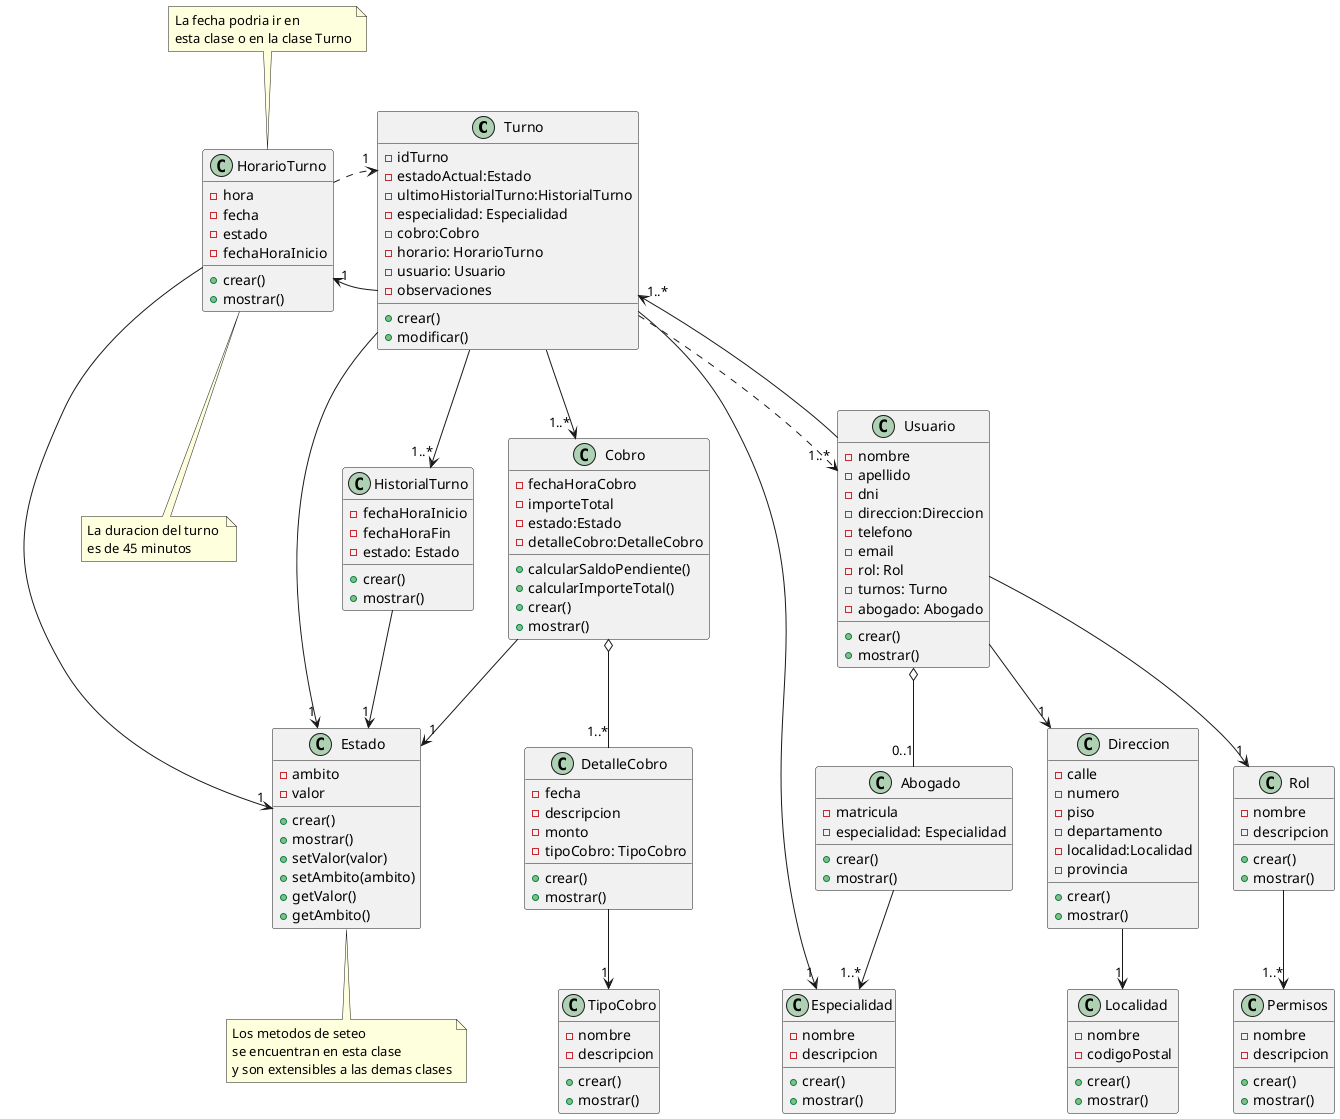
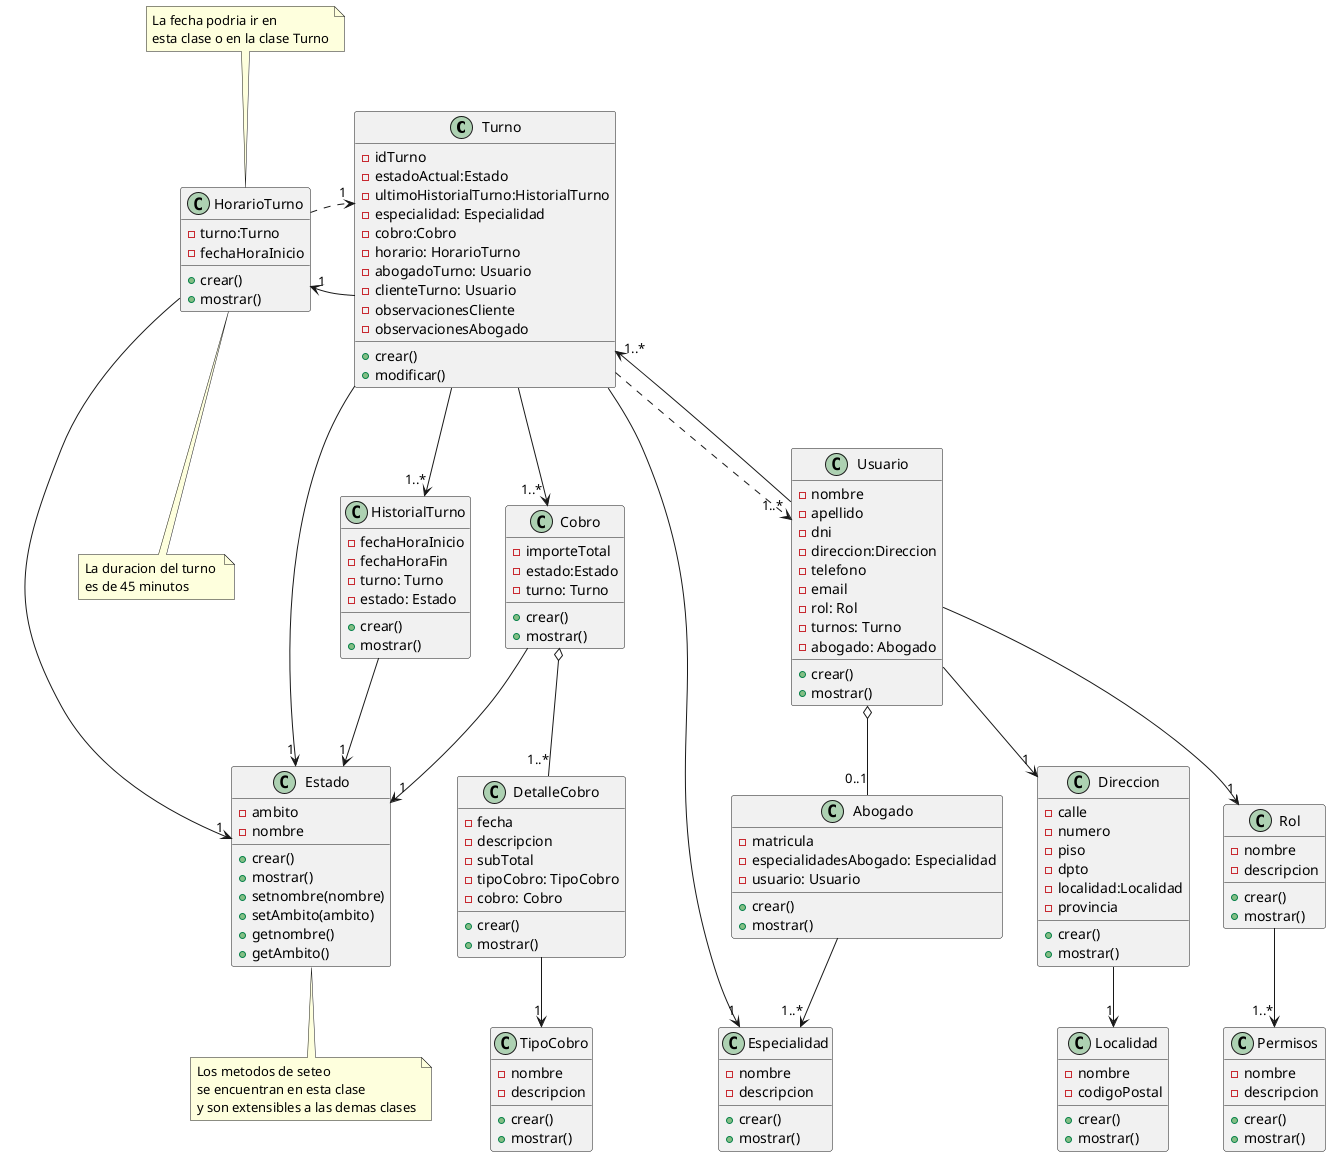
@startuml Diagrama de Clases
class Turno {
    - idTurno
    - estadoActual:Estado
    - ultimoHistorialTurno:HistorialTurno
    - especialidad: Especialidad
    - cobro:Cobro
    - horario: HorarioTurno
-     - usuario: Usuario
-     - observaciones
+     - abogadoTurno: Usuario
+     - clienteTurno: Usuario
+     - observacionesCliente
+     - observacionesAbogado
    + crear()
    + modificar()
}
Turno --> "1..* "Cobro
Turno -> "1" Estado
Turno -->"1..*" HistorialTurno
Turno --> "1" Especialidad
Turno -left-> "1"HorarioTurno
Turno ..> "1..*"Usuario

class Especialidad {
    - nombre
    - descripcion
    + crear()
    + mostrar()
}

class Usuario{
    - nombre
    - apellido
    - dni
    - direccion:Direccion
    - telefono
    - email
    - rol: Rol
    - turnos: Turno
    - abogado: Abogado
    + crear()
    + mostrar()
}

Usuario -->"1" Direccion
Usuario -->"1" Rol
Usuario -->"1..*" Turno
Usuario o--"0..1" Abogado

class Rol{
    - nombre
    - descripcion
    + crear()
    + mostrar()
}

Rol--> "1..*" Permisos

class Permisos {
    - nombre
    - descripcion
    + crear()
    + mostrar()
}

class Abogado {
    - matricula
-     - especialidad: Especialidad
+     - especialidadesAbogado: Especialidad
+     - usuario: Usuario
    + crear()
    + mostrar()
}

Abogado -->"1..*" Especialidad

class HistorialTurno{
    - fechaHoraInicio
    - fechaHoraFin
+     - turno: Turno
    - estado: Estado
    + crear()
    + mostrar()
}

HistorialTurno -->"1" Estado

class Cobro {
-     - fechaHoraCobro
    - importeTotal
    - estado:Estado
-     - detalleCobro:DetalleCobro
-     + calcularSaldoPendiente()
-     + calcularImporteTotal()
+     - turno: Turno
    + crear()
    + mostrar()
- 
}

Cobro o--"1..*" DetalleCobro
Cobro -->"1" Estado

class DetalleCobro {
    - fecha
    - descripcion
-     - monto
+     - subTotal
    - tipoCobro: TipoCobro
+     - cobro: Cobro
    + crear()
    + mostrar()
}

DetalleCobro --> "1" TipoCobro

class TipoCobro {
    - nombre
    - descripcion
    + crear()
    + mostrar()
}

class Estado{
    - ambito
-     - valor
+     - nombre
    + crear()
    + mostrar()
-     + setValor(valor)
+     + setnombre(nombre)
    + setAmbito(ambito)
-     + getValor()
+     + getnombre()
    + getAmbito()
}

note bottom of Estado : Los metodos de seteo \nse encuentran en esta clase \ny son extensibles a las demas clases

class Direccion{
    - calle
    - numero
    - piso
-     - departamento
+     - dpto
    - localidad:Localidad
    - provincia
    + crear()
    + mostrar()
}

Direccion -->"1" Localidad

class Localidad{
    - nombre
    - codigoPostal
    + crear()
    + mostrar()
}

class HorarioTurno {
-     - hora
-     - fecha
-     - estado
+     - turno:Turno
    - fechaHoraInicio
    + crear()
    + mostrar()
}
note top of HorarioTurno : La fecha podria ir en \nesta clase o en la clase Turno
note bottom of HorarioTurno: La duracion del turno \nes de 45 minutos

HorarioTurno --> "1"Estado
HorarioTurno ..> "1"Turno
@enduml